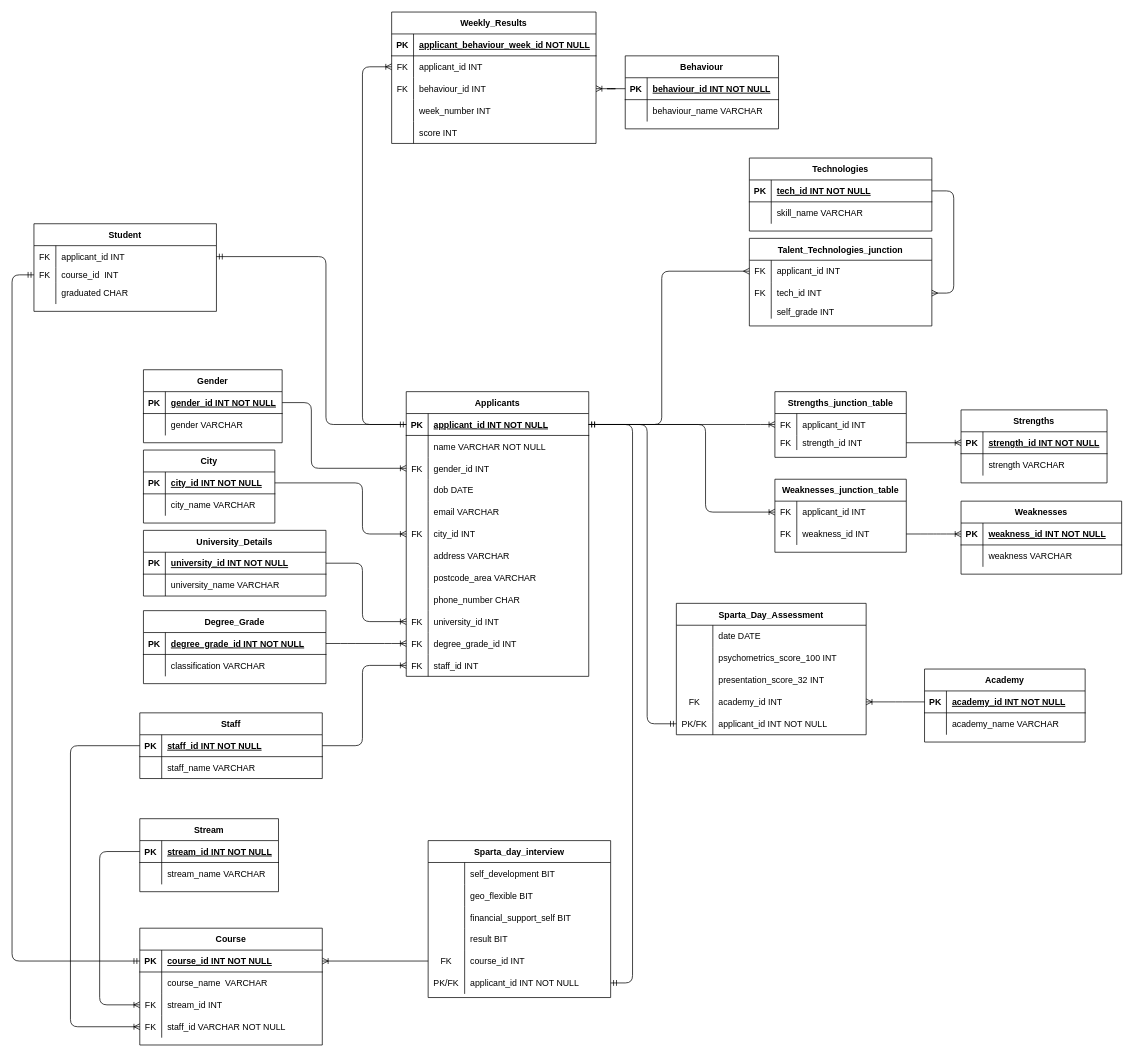
Above: sql/fully_normalised/fully_normalised_erd.drawio in AmyCatling/data17-finalproject (draw.io), before the change. Source tidied: cells renumbered, new cells numbered last; positions are measured from the earlier drawing's top-left corner, leaving out a move shared by most shapes. Both pictures are drawn from the tidied source at 73%, with x=0, y=0 at pixel (12, 12).
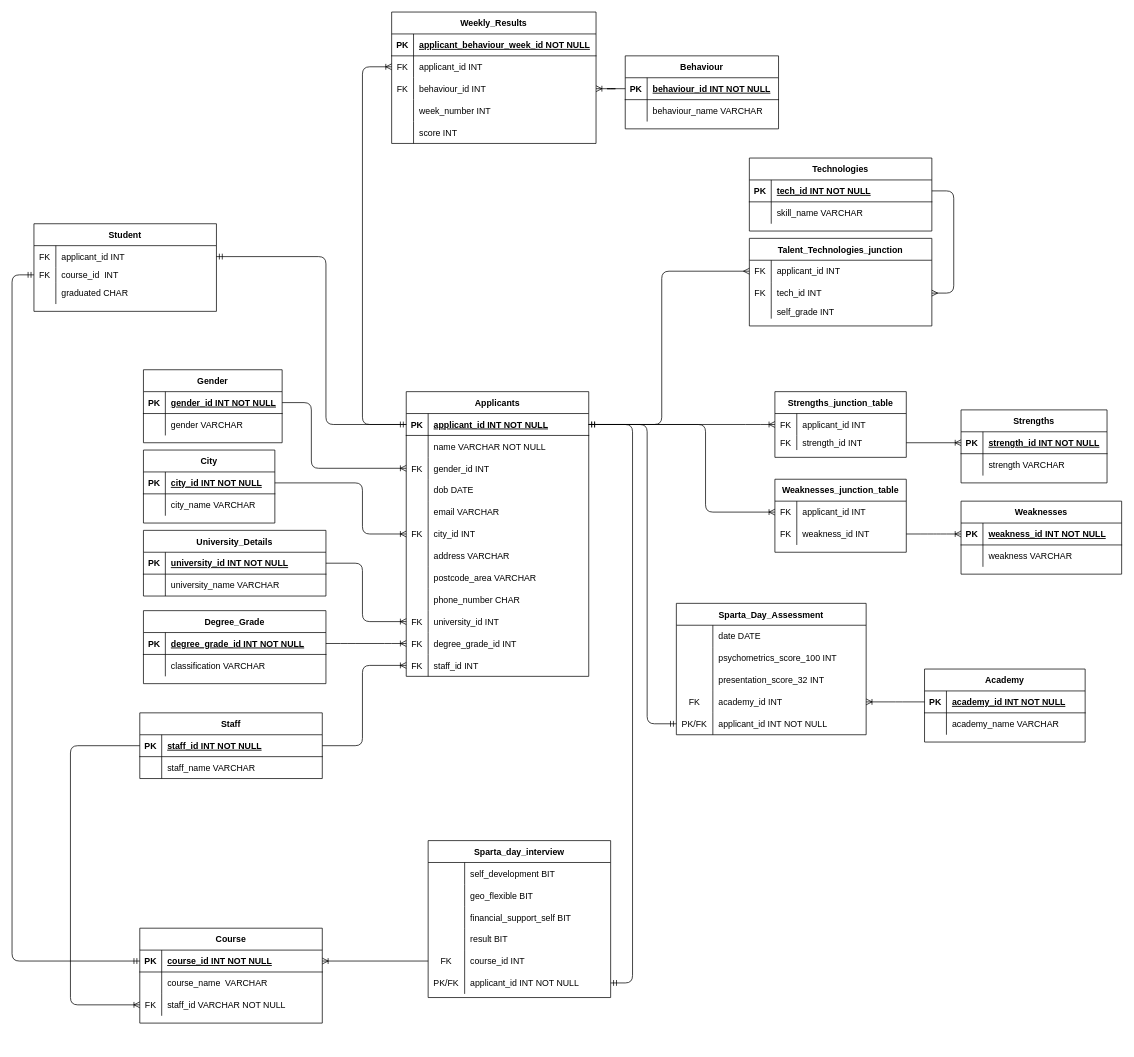
The same page after the edit.

Commit message (it also covers changes not shown here):
Updating the ERD and Database SQL code

Diff of the diagram source:
```diff
@@
     <mxCell id="125" value="Course" style="shape=table;startSize=30;childLayout=tableLayout;rowLines=0;fontStyle=1;align=center;" parent="1" vertex="1">
-      <mxGeometry x="175" y="1255" width="250" height="160" as="geometry" />
+      <mxGeometry x="175" y="1255" width="250" height="130" as="geometry" />
     </mxCell>
@@
-    <mxCell id="132" style="shape=partialRectangle;fillColor=none;points=[[0,0.5],[1,0.5]];portConstraint=eastwest;top=0;left=0;right=0;bottom=0;" parent="125" vertex="1">
-      <mxGeometry y="90" width="250" height="30" as="geometry" />
-    </mxCell>
-    <mxCell id="133" value="FK" style="shape=partialRectangle;overflow=hidden;fillColor=none;top=0;left=0;bottom=0;right=0;" parent="132" vertex="1">
-      <mxGeometry width="30" height="30" as="geometry" />
-    </mxCell>
-    <mxCell id="134" value="stream_id INT   " style="shape=partialRectangle;overflow=hidden;fillColor=none;top=0;left=0;bottom=0;right=0;align=left;spacingLeft=6;" parent="132" vertex="1">
-      <mxGeometry x="30" width="220" height="30" as="geometry" />
-    </mxCell>
     <mxCell id="135" style="shape=partialRectangle;fillColor=none;points=[[0,0.5],[1,0.5]];portConstraint=eastwest;top=0;left=0;right=0;bottom=0;" parent="125" vertex="1">
-      <mxGeometry y="120" width="250" height="30" as="geometry" />
+      <mxGeometry y="90" width="250" height="30" as="geometry" />
     </mxCell>
@@
-    <mxCell id="169" value="Stream" style="shape=table;startSize=30;childLayout=tableLayout;rowLines=0;fontStyle=1;align=center;" parent="1" vertex="1">
-      <mxGeometry x="175" y="1105" width="190" height="100" as="geometry" />
-    </mxCell>
-    <mxCell id="170" style="shape=partialRectangle;fillColor=none;top=0;left=0;bottom=1;right=0;points=[[0,0.5],[1,0.5]];portConstraint=eastwest;" parent="169" vertex="1">
-      <mxGeometry y="30" width="190" height="30" as="geometry" />
-    </mxCell>
-    <mxCell id="171" value="PK" style="shape=partialRectangle;fillColor=none;top=0;left=0;bottom=0;right=0;fontStyle=1;overflow=hidden;" parent="170" vertex="1">
-      <mxGeometry width="30" height="30" as="geometry" />
-    </mxCell>
-    <mxCell id="172" value="stream_id INT NOT NULL" style="shape=partialRectangle;fillColor=none;top=0;left=0;bottom=0;right=0;align=left;spacingLeft=6;fontStyle=5;overflow=hidden;" parent="170" vertex="1">
-      <mxGeometry x="30" width="160" height="30" as="geometry" />
-    </mxCell>
-    <mxCell id="173" style="shape=partialRectangle;fillColor=none;top=0;left=0;bottom=0;right=0;" parent="169" vertex="1">
-      <mxGeometry y="60" width="190" height="30" as="geometry" />
-    </mxCell>
-    <mxCell id="174" style="shape=partialRectangle;fillColor=none;top=0;left=0;bottom=0;right=0;overflow=hidden;" parent="173" vertex="1">
-      <mxGeometry width="30" height="30" as="geometry" />
-    </mxCell>
-    <mxCell id="175" value="stream_name VARCHAR" style="shape=partialRectangle;fillColor=none;top=0;left=0;bottom=0;right=0;align=left;spacingLeft=6;overflow=hidden;" parent="173" vertex="1">
-      <mxGeometry x="30" width="160" height="30" as="geometry" />
-    </mxCell>
-    <mxCell id="176" style="edgeStyle=elbowEdgeStyle;fontSize=12;html=1;endArrow=ERoneToMany;exitX=0;exitY=0.5;exitDx=0;exitDy=0;entryX=0;entryY=0.5;entryDx=0;entryDy=0;" parent="1" edge="1" source="170" target="132">
-      <mxGeometry relative="1" as="geometry">
-        <Array as="points">
-          <mxPoint x="120" y="1170" />
-        </Array>
-      </mxGeometry>
-    </mxCell>
```
